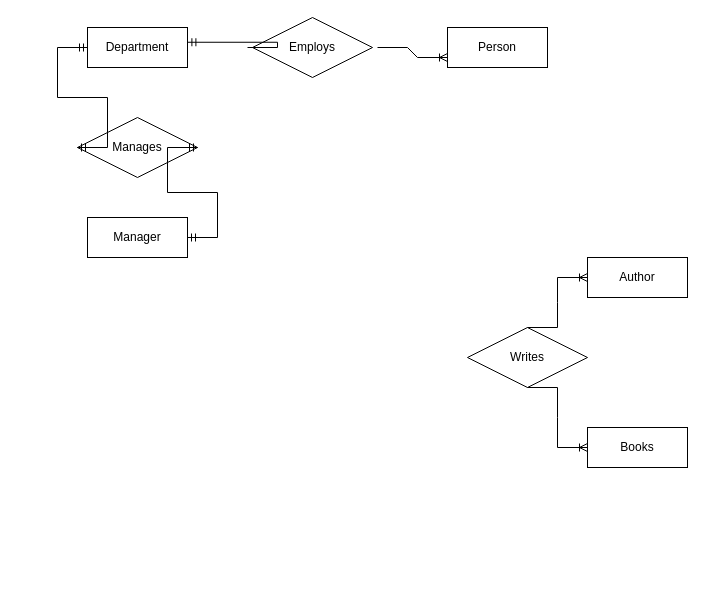
The draw.io diagram folder/Untitled Diagram.drawio in Elshan777/draw.io-diagrams, before the edit. Source tidied: cells renumbered, new cells numbered last; positions are measured from the earlier drawing's top-left corner, leaving out a move shared by most shapes. Both pictures are drawn from the tidied source at 100%, with x=0, y=0 at pixel (77, 17).
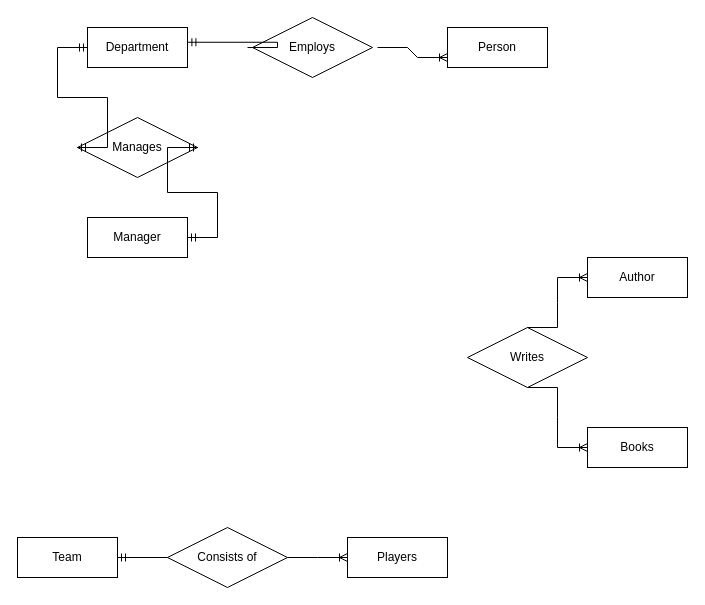
Above is the later version.

Diff of the diagram source:
```diff
@@
+    <mxCell id="16" value="Team" style="whiteSpace=wrap;html=1;align=center;" parent="1" vertex="1">
+      <mxGeometry x="-60" y="520" width="100" height="40" as="geometry" />
+    </mxCell>
+    <mxCell id="17" value="Consists of" style="shape=rhombus;perimeter=rhombusPerimeter;whiteSpace=wrap;html=1;align=center;" parent="1" vertex="1">
+      <mxGeometry x="90" y="510" width="120" height="60" as="geometry" />
+    </mxCell>
+    <mxCell id="18" value="Players" style="whiteSpace=wrap;html=1;align=center;" parent="1" vertex="1">
+      <mxGeometry x="270" y="520" width="100" height="40" as="geometry" />
+    </mxCell>
+    <mxCell id="19" style="edgeStyle=entityRelationEdgeStyle;fontSize=12;html=1;endArrow=ERoneToMany;rounded=0;exitX=1;exitY=0.5;exitDx=0;exitDy=0;" parent="1" edge="1" source="17">
+      <mxGeometry relative="1" as="geometry">
+        <mxPoint x="270" y="540" as="targetPoint" />
+      </mxGeometry>
+    </mxCell>
+    <mxCell id="20" style="edgeStyle=entityRelationEdgeStyle;fontSize=12;html=1;endArrow=ERmandOne;rounded=0;exitX=0;exitY=0.5;exitDx=0;exitDy=0;entryX=1;entryY=0.5;entryDx=0;entryDy=0;" parent="1" edge="1" source="17" target="16">
+      <mxGeometry relative="1" as="geometry" />
+    </mxCell>
```
